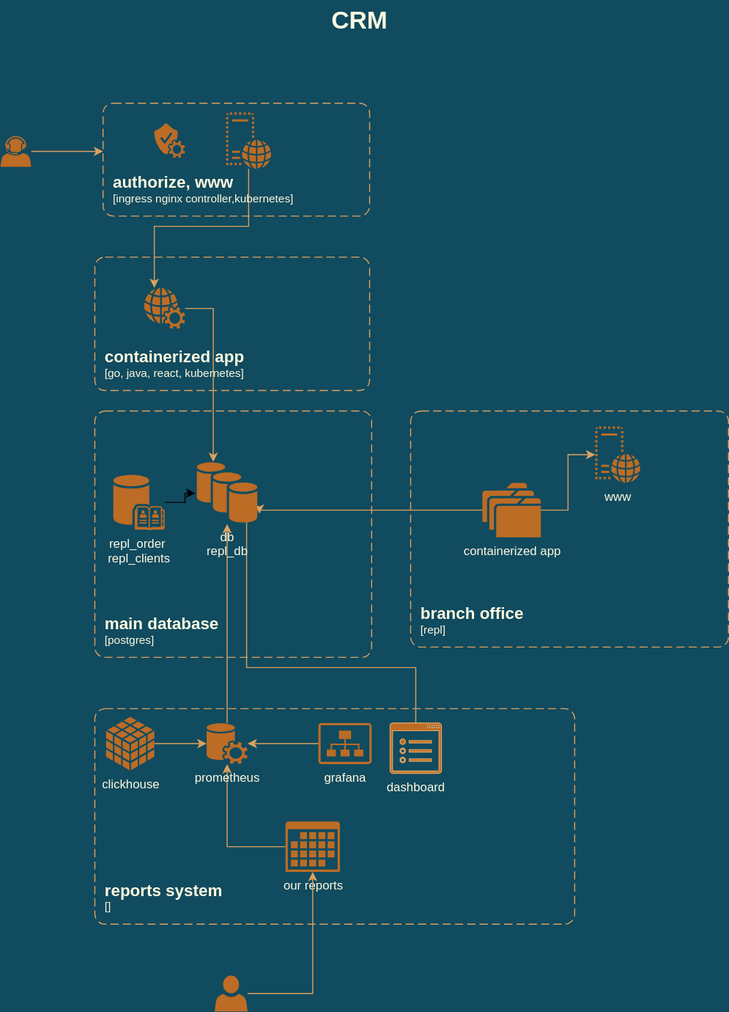
Earlier version of the draw.io export arch_schem.svg (theotheo46/gb). Source tidied: cells renumbered, new cells last; positions are measured from the earlier drawing's top-left corner, leaving out a move shared by most shapes.
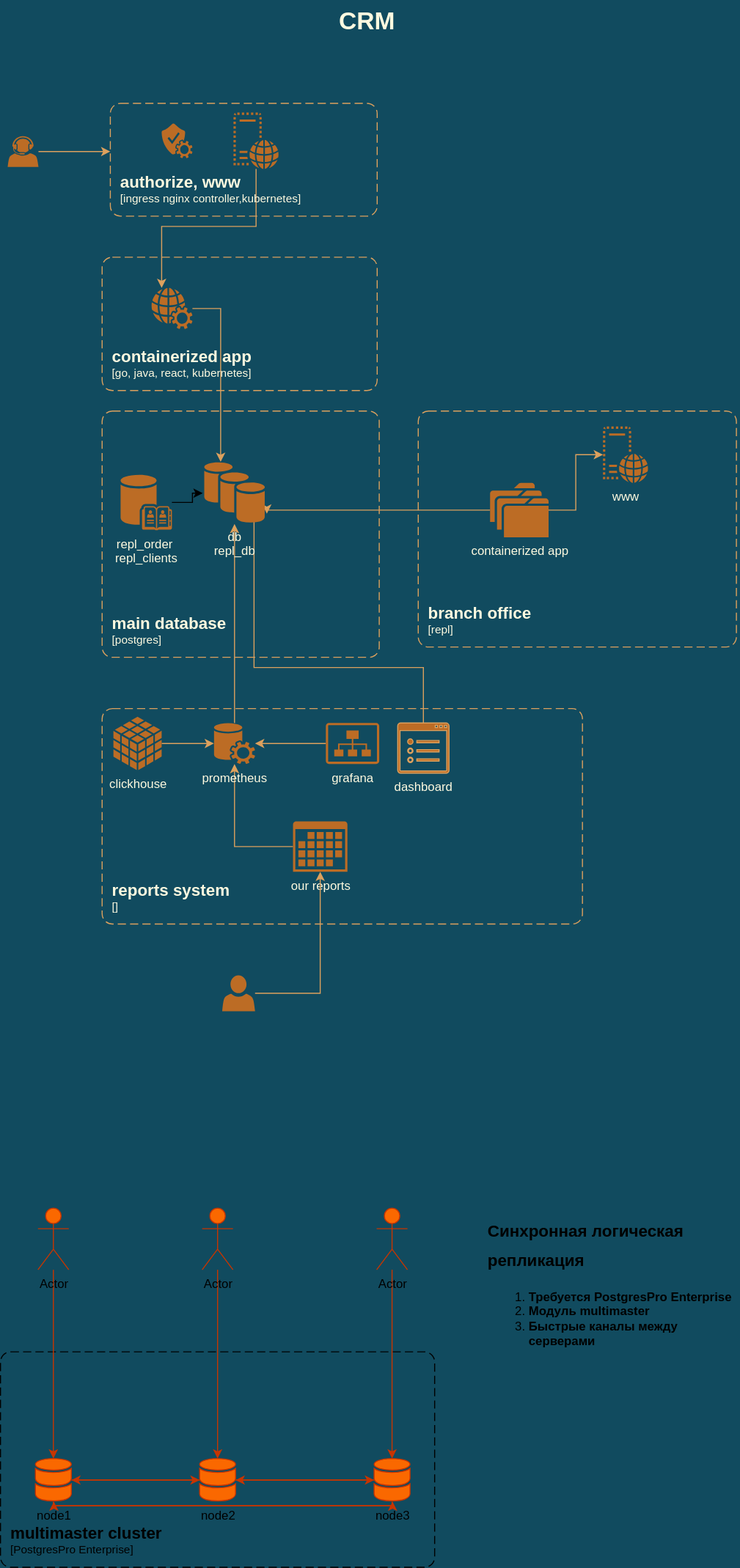
Above is the later version.

Commit message:
IDEF0 Init

What changed in the source:
```diff
@@ -2,6 +2,11 @@
   <root>
     <mxCell id="0" />
     <mxCell id="1" parent="0" />
+    <object id="34" label="&lt;font style=&quot;font-size: 16px&quot;&gt;&lt;b&gt;&lt;div style=&quot;text-align: left&quot;&gt;%c4Name%&lt;/div&gt;&lt;/b&gt;&lt;/font&gt;&lt;div style=&quot;text-align: left&quot;&gt;[%c4Application%]&lt;/div&gt;" c4Application="PostgresPro Enterprise" c4Name="multimaster cluster " c4Type="SystemScopeBoundary" placeholders="1">
+      <mxCell style="rounded=1;fontSize=11;whiteSpace=wrap;html=1;dashed=1;arcSize=20;labelBackgroundColor=none;align=left;verticalAlign=bottom;labelBorderColor=none;spacingTop=0;spacing=10;dashPattern=8 4;perimeter=rectanglePerimeter;noLabel=0;labelPadding=0;absoluteArcSize=1;fillColor=none;" parent="1" vertex="1">
+        <mxGeometry x="-7" y="1317" width="423" height="210" as="geometry" />
+      </mxCell>
+    </object>
     <mxCell id="2" style="edgeStyle=orthogonalEdgeStyle;rounded=0;jettySize=auto;html=1;strokeColor=#DDA15E;fontColor=#FEFAE0;fillColor=#BC6C25;" parent="1" edge="1" source="3" target="28">
       <mxGeometry relative="1" as="geometry" />
     </mxCell>
@@ -129,5 +134,63 @@
     <mxCell id="33" value="db&lt;br&gt;repl_db" style="sketch=0;shadow=0;dashed=0;html=1;strokeColor=none;fillColor=#BC6C25;labelPosition=center;verticalLabelPosition=bottom;verticalAlign=top;outlineConnect=0;align=center;shape=mxgraph.office.databases.database_availability_group;fontColor=#FEFAE0;" parent="1" vertex="1">
       <mxGeometry x="191.5" y="450" width="59" height="59" as="geometry" />
     </mxCell>
+    <mxCell id="35" style="edgeStyle=orthogonalEdgeStyle;rounded=0;jettySize=auto;html=1;fillColor=#fa6800;strokeColor=#C73500;" parent="1" edge="1" source="37" target="40">
+      <mxGeometry relative="1" as="geometry" />
+    </mxCell>
+    <mxCell id="36" style="edgeStyle=orthogonalEdgeStyle;rounded=0;jettySize=auto;html=1;fillColor=#fa6800;strokeColor=#C73500;" parent="1" edge="1" source="37" target="43">
+      <mxGeometry relative="1" as="geometry">
+        <Array as="points">
+          <mxPoint x="45" y="1467" />
+          <mxPoint x="375" y="1467" />
+        </Array>
+      </mxGeometry>
+    </mxCell>
+    <mxCell id="37" value="node1" style="sketch=0;shadow=0;dashed=0;html=1;labelPosition=center;verticalLabelPosition=bottom;verticalAlign=top;outlineConnect=0;align=center;shape=mxgraph.office.databases.database_mini_2;labelBorderColor=none;fillColor=#fa6800;strokeColor=#C73500;fontColor=#000000;" parent="1" vertex="1">
+      <mxGeometry x="27" y="1421" width="35" height="42" as="geometry" />
+    </mxCell>
+    <mxCell id="38" style="edgeStyle=orthogonalEdgeStyle;rounded=0;jettySize=auto;html=1;fillColor=#fa6800;strokeColor=#C73500;" parent="1" edge="1" source="40" target="43">
+      <mxGeometry relative="1" as="geometry" />
+    </mxCell>
+    <mxCell id="39" style="edgeStyle=orthogonalEdgeStyle;rounded=0;jettySize=auto;html=1;fillColor=#fa6800;strokeColor=#C73500;" parent="1" edge="1" source="40" target="37">
+      <mxGeometry relative="1" as="geometry" />
+    </mxCell>
+    <mxCell id="40" value="node2" style="sketch=0;shadow=0;dashed=0;html=1;labelPosition=center;verticalLabelPosition=bottom;verticalAlign=top;outlineConnect=0;align=center;shape=mxgraph.office.databases.database_mini_2;labelBorderColor=none;fillColor=#fa6800;strokeColor=#C73500;fontColor=#000000;" parent="1" vertex="1">
+      <mxGeometry x="187" y="1421" width="35" height="42" as="geometry" />
+    </mxCell>
+    <mxCell id="41" style="edgeStyle=orthogonalEdgeStyle;rounded=0;jettySize=auto;html=1;fillColor=#fa6800;strokeColor=#C73500;" parent="1" edge="1" source="43" target="40">
+      <mxGeometry relative="1" as="geometry" />
+    </mxCell>
+    <mxCell id="42" style="edgeStyle=orthogonalEdgeStyle;rounded=0;jettySize=auto;html=1;fillColor=#fa6800;strokeColor=#C73500;" parent="1" edge="1" source="43" target="37">
+      <mxGeometry relative="1" as="geometry">
+        <Array as="points">
+          <mxPoint x="375" y="1467" />
+          <mxPoint x="45" y="1467" />
+        </Array>
+      </mxGeometry>
+    </mxCell>
+    <mxCell id="43" value="node3" style="sketch=0;shadow=0;dashed=0;html=1;labelPosition=center;verticalLabelPosition=bottom;verticalAlign=top;outlineConnect=0;align=center;shape=mxgraph.office.databases.database_mini_2;labelBorderColor=none;fillColor=#fa6800;strokeColor=#C73500;fontColor=#000000;" parent="1" vertex="1">
+      <mxGeometry x="357" y="1421" width="35" height="42" as="geometry" />
+    </mxCell>
+    <mxCell id="44" style="edgeStyle=orthogonalEdgeStyle;rounded=0;jettySize=auto;html=1;fillColor=#fa6800;strokeColor=#C73500;" parent="1" edge="1" source="45" target="37">
+      <mxGeometry relative="1" as="geometry" />
+    </mxCell>
+    <mxCell id="45" value="Actor" style="shape=umlActor;verticalLabelPosition=bottom;verticalAlign=top;html=1;outlineConnect=0;fillColor=#fa6800;strokeColor=#C73500;fontColor=#000000;" parent="1" vertex="1">
+      <mxGeometry x="29.5" y="1177" width="30" height="60" as="geometry" />
+    </mxCell>
+    <mxCell id="46" style="edgeStyle=orthogonalEdgeStyle;rounded=0;jettySize=auto;html=1;fillColor=#fa6800;strokeColor=#C73500;" parent="1" edge="1" source="47" target="40">
+      <mxGeometry relative="1" as="geometry" />
+    </mxCell>
+    <mxCell id="47" value="Actor" style="shape=umlActor;verticalLabelPosition=bottom;verticalAlign=top;html=1;outlineConnect=0;fillColor=#fa6800;strokeColor=#C73500;fontColor=#000000;" parent="1" vertex="1">
+      <mxGeometry x="189.5" y="1177" width="30" height="60" as="geometry" />
+    </mxCell>
+    <mxCell id="48" style="edgeStyle=orthogonalEdgeStyle;rounded=0;jettySize=auto;html=1;fillColor=#fa6800;strokeColor=#C73500;" parent="1" edge="1" source="49" target="43">
+      <mxGeometry relative="1" as="geometry" />
+    </mxCell>
+    <mxCell id="49" value="Actor" style="shape=umlActor;verticalLabelPosition=bottom;verticalAlign=top;html=1;outlineConnect=0;fillColor=#fa6800;strokeColor=#C73500;fontColor=#000000;" parent="1" vertex="1">
+      <mxGeometry x="359.5" y="1177" width="30" height="60" as="geometry" />
+    </mxCell>
+    <mxCell id="50" value="&lt;h1&gt;&lt;font style=&quot;font-size: 16px; line-height: 1.2;&quot;&gt;Синхронная логическая репликация&lt;/font&gt;&lt;/h1&gt;&lt;p&gt;&lt;/p&gt;&lt;ol&gt;&lt;li&gt;&lt;b&gt;Требуется PostgresPro Enterprise&lt;/b&gt;&lt;/li&gt;&lt;li&gt;&lt;b&gt;Модуль multimaster&lt;/b&gt;&lt;/li&gt;&lt;li&gt;&lt;b&gt;Быстрые каналы между серверами&lt;/b&gt;&lt;/li&gt;&lt;/ol&gt;&lt;p&gt;&lt;/p&gt;" style="text;html=1;spacing=5;spacingTop=-20;whiteSpace=wrap;overflow=hidden;rounded=0;" parent="1" vertex="1">
+      <mxGeometry x="463" y="1177" width="250" height="200" as="geometry" />
+    </mxCell>
   </root>
 </mxGraphModel>
```
